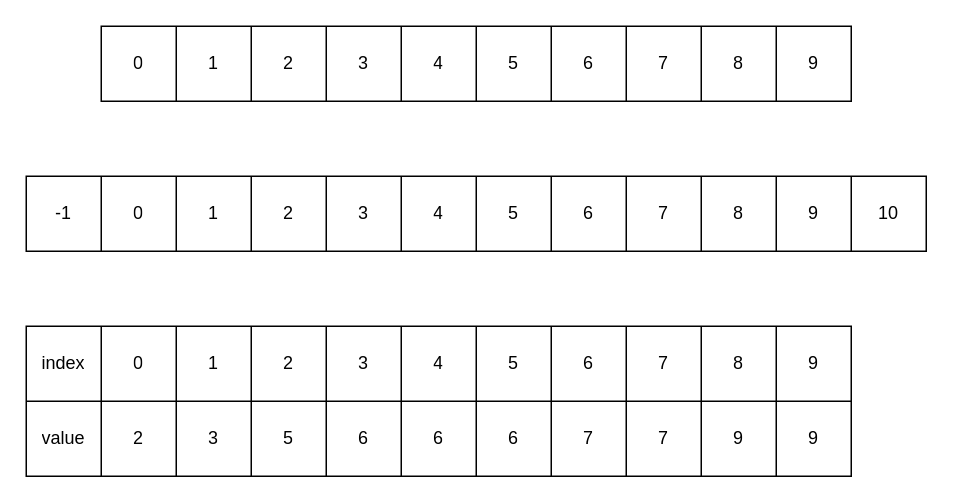
Before: bs.drawio in EndlessCheng/EndlessCheng, a draw.io diagram. Source tidied: cells renumbered, new cells numbered last; positions are measured from the earlier drawing's top-left corner, leaving out a move shared by most shapes. Both pictures are drawn from the tidied source at 150%, with x=0, y=0 at pixel (26, 26).
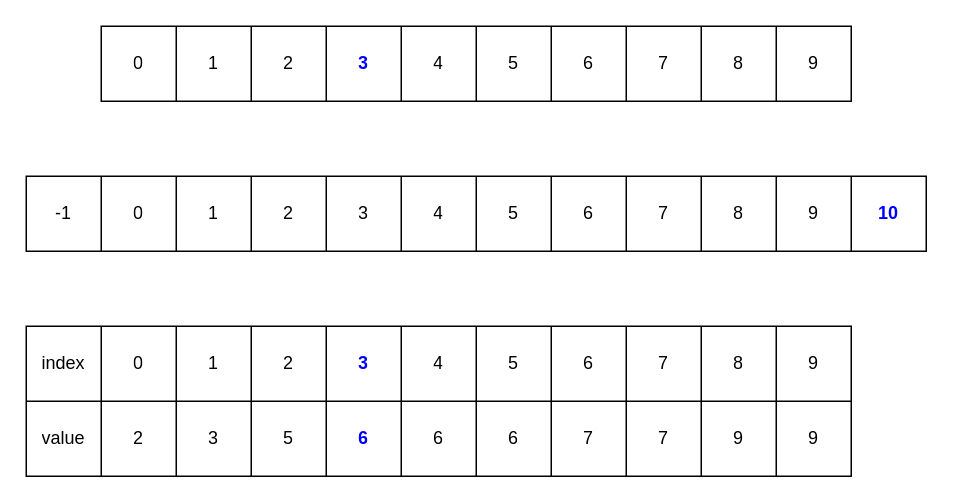
After the change.

The change refers to these unchanged cells:
```xml
<mxCell id="3" style="shape=tableRow;horizontal=0;startSize=0;swimlaneHead=0;swimlaneBody=0;top=0;left=0;bottom=0;right=0;fillColor=none;" parent="2" vertex="1">
  <mxGeometry width="500" height="50" as="geometry" />
</mxCell>
<mxCell id="15" style="shape=tableRow;horizontal=0;startSize=0;swimlaneHead=0;swimlaneBody=0;top=0;left=0;bottom=0;right=0;fillColor=none;" parent="14" vertex="1">
  <mxGeometry width="550" height="50" as="geometry" />
</mxCell>
<mxCell id="27" style="shape=tableRow;horizontal=0;startSize=0;swimlaneHead=0;swimlaneBody=0;top=0;left=0;bottom=0;right=0;fillColor=none;" parent="14" vertex="1">
  <mxGeometry y="50" width="550" height="50" as="geometry" />
</mxCell>
<mxCell id="40" style="shape=tableRow;horizontal=0;startSize=0;swimlaneHead=0;swimlaneBody=0;top=0;left=0;bottom=0;right=0;fillColor=none;" parent="39" vertex="1">
  <mxGeometry width="600" height="50" as="geometry" />
</mxCell>
```

Diff of the diagram source:
```diff
@@
-    <mxCell id="7" value="3" style="shape=partialRectangle;html=1;whiteSpace=wrap;fillColor=none;top=0;left=0;bottom=0;right=0;overflow=hidden;" parent="3" vertex="1">
+    <mxCell id="7" value="&lt;b&gt;&lt;font color=&quot;#0000ff&quot;&gt;3&lt;/font&gt;&lt;/b&gt;" style="shape=partialRectangle;html=1;whiteSpace=wrap;fillColor=none;top=0;left=0;bottom=0;right=0;overflow=hidden;" parent="3" vertex="1">
       <mxGeometry x="150" width="50" height="50" as="geometry" />
     </mxCell>
@@
-    <mxCell id="20" value="3" style="shape=partialRectangle;html=1;whiteSpace=wrap;fillColor=none;top=0;left=0;bottom=0;right=0;overflow=hidden;" parent="15" vertex="1">
+    <mxCell id="20" value="&lt;b&gt;&lt;font color=&quot;#0000ff&quot;&gt;3&lt;/font&gt;&lt;/b&gt;" style="shape=partialRectangle;html=1;whiteSpace=wrap;fillColor=none;top=0;left=0;bottom=0;right=0;overflow=hidden;" parent="15" vertex="1">
       <mxGeometry x="200" width="50" height="50" as="geometry" />
     </mxCell>
@@
-    <mxCell id="32" value="6" style="shape=partialRectangle;html=1;whiteSpace=wrap;fillColor=none;top=0;left=0;bottom=0;right=0;overflow=hidden;" parent="27" vertex="1">
+    <mxCell id="32" value="&lt;b&gt;&lt;font color=&quot;#0000ff&quot;&gt;6&lt;/font&gt;&lt;/b&gt;" style="shape=partialRectangle;html=1;whiteSpace=wrap;fillColor=none;top=0;left=0;bottom=0;right=0;overflow=hidden;" parent="27" vertex="1">
       <mxGeometry x="200" width="50" height="50" as="geometry" />
     </mxCell>
@@
-    <mxCell id="52" value="10" style="shape=partialRectangle;html=1;whiteSpace=wrap;fillColor=none;top=0;left=0;bottom=0;right=0;overflow=hidden;" parent="40" vertex="1">
+    <mxCell id="52" value="&lt;b&gt;&lt;font color=&quot;#0000ff&quot;&gt;10&lt;/font&gt;&lt;/b&gt;" style="shape=partialRectangle;html=1;whiteSpace=wrap;fillColor=none;top=0;left=0;bottom=0;right=0;overflow=hidden;" parent="40" vertex="1">
       <mxGeometry x="550" width="50" height="50" as="geometry" />
     </mxCell>
```
